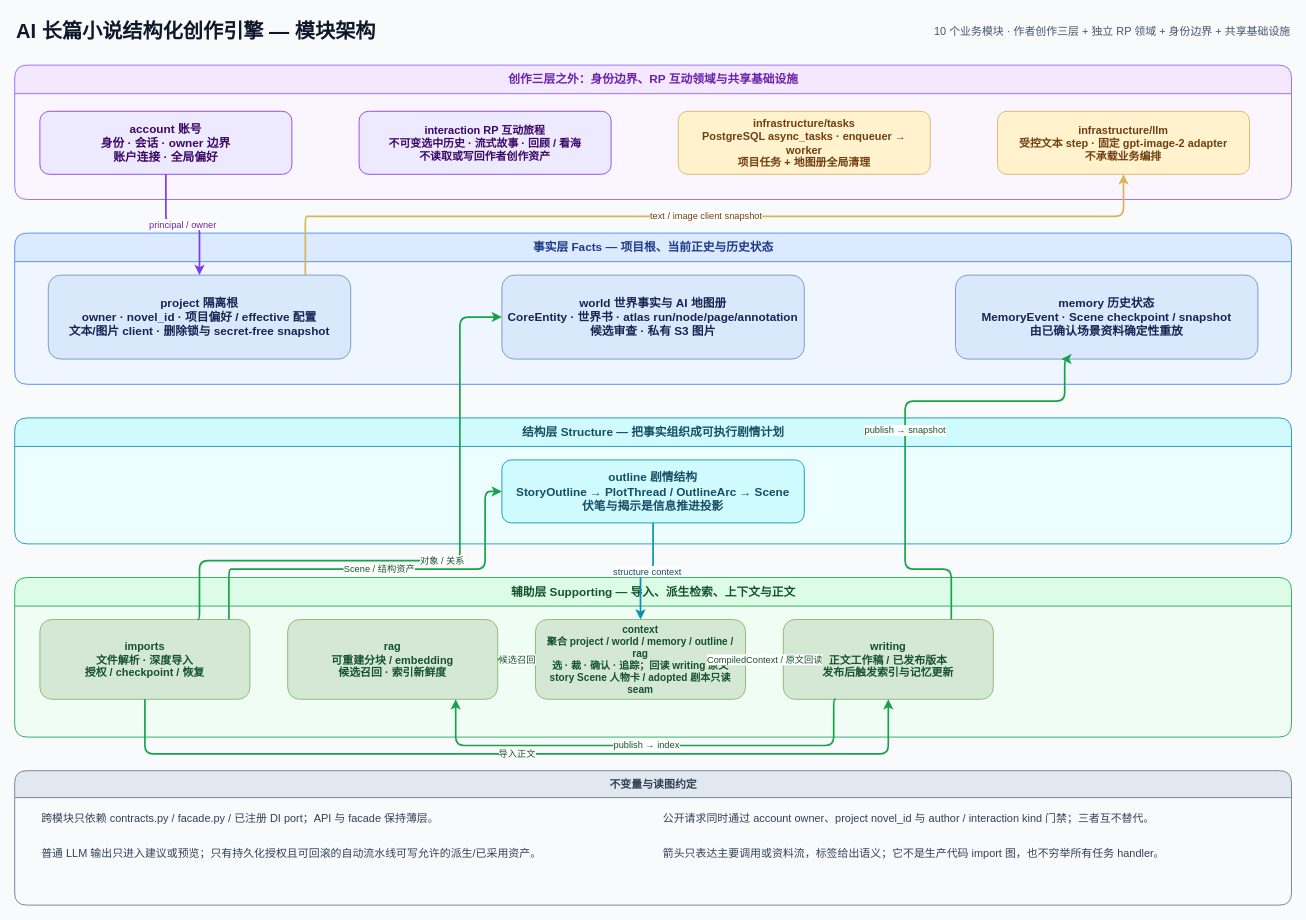
FengHuoLinShan/ai-writing-assist keeps this draw.io diagram as docs/architecture/module-architecture.drawio. Above is the earlier version. Source tidied: cells renumbered, new cells numbered last; positions are measured from the earlier drawing's top-left corner, leaving out a move shared by most shapes. Both pictures are drawn from the tidied source at 84%, with x=0, y=0 at pixel (14, 14).
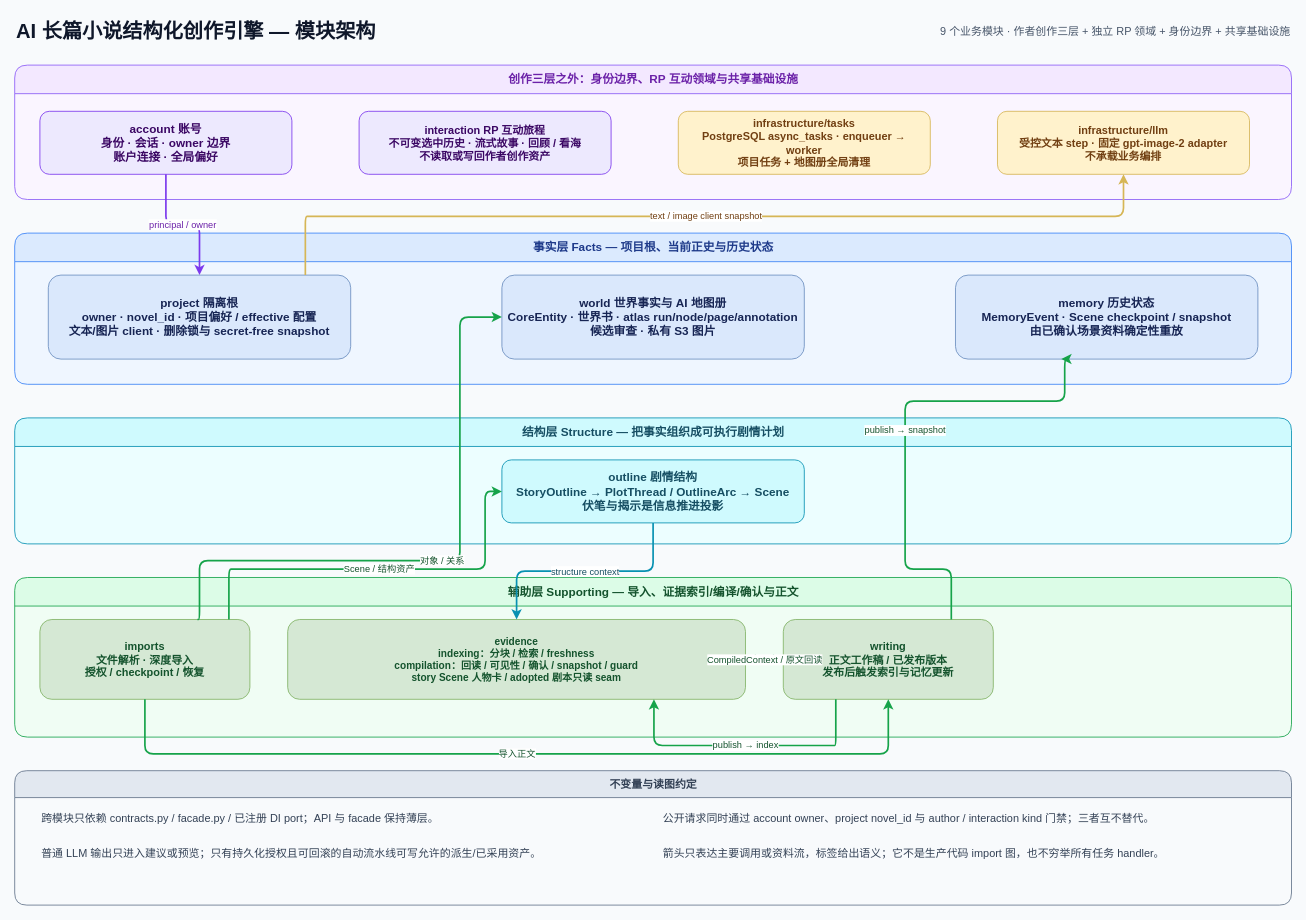
After the change.

The change refers to these unchanged cells:
```xml
<mxCell id="14" value="outline 剧情结构&#10;StoryOutline → PlotThread / OutlineArc → Scene&#10;伏笔与揭示是信息推进投影" style="rounded=1;whiteSpace=wrap;html=1;fillColor=#cffafe;strokeColor=#0891b2;fontColor=#164e63;fontSize=14;fontStyle=1;spacing=8;" parent="13" vertex="1">
  <mxGeometry x="580" y="50" width="360" height="75" as="geometry" />
</mxCell>
<mxCell id="19" value="writing&#10;正文工作稿 / 已发布版本&#10;发布后触发索引与记忆更新" style="rounded=1;whiteSpace=wrap;html=1;fillColor=#d5e8d4;strokeColor=#82b366;fontColor=#14532d;fontSize=13;fontStyle=1;spacing=8;" parent="15" vertex="1">
  <mxGeometry x="915" y="50" width="250" height="95" as="geometry" />
</mxCell>
```

What changed in the source:
```diff
@@
-    <mxCell id="3" value="10 个业务模块 · 作者创作三层 + 独立 RP 领域 + 身份边界 + 共享基础设施" style="text;html=1;align=right;verticalAlign=middle;fontSize=13;fontColor=#475569;" parent="1" vertex="1">
+    <mxCell id="3" value="9 个业务模块 · 作者创作三层 + 独立 RP 领域 + 身份边界 + 共享基础设施" style="text;html=1;align=right;verticalAlign=middle;fontSize=13;fontColor=#475569;" parent="1" vertex="1">
       <mxGeometry x="760" y="5" width="760" height="30" as="geometry" />
     </mxCell>
@@
-    <mxCell id="15" value="辅助层 Supporting — 导入、派生检索、上下文与正文" style="swimlane;startSize=34;horizontal=1;rounded=1;html=1;fillColor=#dcfce7;swimlaneFillColor=#f0fdf4;strokeColor=#16a34a;fontColor=#14532d;fontSize=14;fontStyle=1;" parent="1" vertex="1">
+    <mxCell id="15" value="辅助层 Supporting — 导入、证据索引/编译/确认与正文" style="swimlane;startSize=34;horizontal=1;rounded=1;html=1;fillColor=#dcfce7;swimlaneFillColor=#f0fdf4;strokeColor=#16a34a;fontColor=#14532d;fontSize=14;fontStyle=1;" parent="1" vertex="1">
       <mxGeometry y="670" width="1520" height="190" as="geometry" />
     </mxCell>
@@
-    <mxCell id="17" value="rag&#10;可重建分块 / embedding&#10;候选召回 · 索引新鲜度" style="rounded=1;whiteSpace=wrap;html=1;fillColor=#d5e8d4;strokeColor=#82b366;fontColor=#14532d;fontSize=13;fontStyle=1;spacing=8;" parent="15" vertex="1">
-      <mxGeometry x="325" y="50" width="250" height="95" as="geometry" />
+    <mxCell id="17" value="evidence&#10;indexing：分块 / 检索 / freshness&#10;compilation：回读 / 可见性 / 确认 / snapshot / guard&#10;story Scene 人物卡 / adopted 剧本只读 seam" style="rounded=1;whiteSpace=wrap;html=1;fillColor=#d5e8d4;strokeColor=#82b366;fontColor=#14532d;fontSize=12;fontStyle=1;spacing=8;" parent="15" vertex="1">
+      <mxGeometry x="325" y="50" width="545" height="95" as="geometry" />
     </mxCell>
-    <mxCell id="18" value="context&#10;聚合 project / world / memory / outline / rag&#10;选 · 裁 · 确认 · 追踪；回读 writing 原文&#10;story Scene 人物卡 / adopted 剧本只读 seam" style="rounded=1;whiteSpace=wrap;html=1;fillColor=#d5e8d4;strokeColor=#82b366;fontColor=#14532d;fontSize=12;fontStyle=1;spacing=8;" parent="15" vertex="1">
-      <mxGeometry x="620" y="50" width="250" height="95" as="geometry" />
-    </mxCell>
@@
-    <mxCell id="32" value="structure context" style="edgeStyle=orthogonalEdgeStyle;rounded=1;jettySize=auto;html=1;strokeColor=#0891b2;strokeWidth=2;endArrow=classic;endFill=1;labelBackgroundColor=#ffffff;fontSize=11;fontColor=#164e63;exitX=0.5;exitY=1;exitDx=0;exitDy=0;entryX=0.5;entryY=0;entryDx=0;entryDy=0;" parent="1" edge="1" source="14" target="18">
+    <mxCell id="32" value="structure context" style="edgeStyle=orthogonalEdgeStyle;rounded=1;jettySize=auto;html=1;strokeColor=#0891b2;strokeWidth=2;endArrow=classic;endFill=1;labelBackgroundColor=#ffffff;fontSize=11;fontColor=#164e63;exitX=0.5;exitY=1;exitDx=0;exitDy=0;entryX=0.5;entryY=0;entryDx=0;entryDy=0;" parent="1" edge="1" source="14" target="17">
       <mxGeometry relative="1" as="geometry" />
     </mxCell>
-    <mxCell id="33" value="候选召回" style="edgeStyle=orthogonalEdgeStyle;rounded=1;jettySize=auto;html=1;strokeColor=#16a34a;strokeWidth=2;endArrow=classic;endFill=1;labelBackgroundColor=#ffffff;fontSize=11;fontColor=#14532d;exitX=1;exitY=0.5;exitDx=0;exitDy=0;entryX=0;entryY=0.5;entryDx=0;entryDy=0;" parent="1" edge="1" source="17" target="18">
-      <mxGeometry relative="1" as="geometry" />
-    </mxCell>
-    <mxCell id="34" value="CompiledContext / 原文回读" style="edgeStyle=orthogonalEdgeStyle;rounded=1;jettySize=auto;html=1;strokeColor=#16a34a;strokeWidth=2;startArrow=classic;startFill=1;endArrow=classic;endFill=1;labelBackgroundColor=#ffffff;fontSize=11;fontColor=#14532d;exitX=1;exitY=0.5;exitDx=0;exitDy=0;entryX=0;entryY=0.5;entryDx=0;entryDy=0;" parent="1" edge="1" source="18" target="19">
+    <mxCell id="34" value="CompiledContext / 原文回读" style="edgeStyle=orthogonalEdgeStyle;rounded=1;jettySize=auto;html=1;strokeColor=#16a34a;strokeWidth=2;startArrow=classic;startFill=1;endArrow=classic;endFill=1;labelBackgroundColor=#ffffff;fontSize=11;fontColor=#14532d;exitX=1;exitY=0.5;exitDx=0;exitDy=0;entryX=0;entryY=0.5;entryDx=0;entryDy=0;" parent="1" edge="1" source="17" target="19">
       <mxGeometry relative="1" as="geometry" />
     </mxCell>
```
